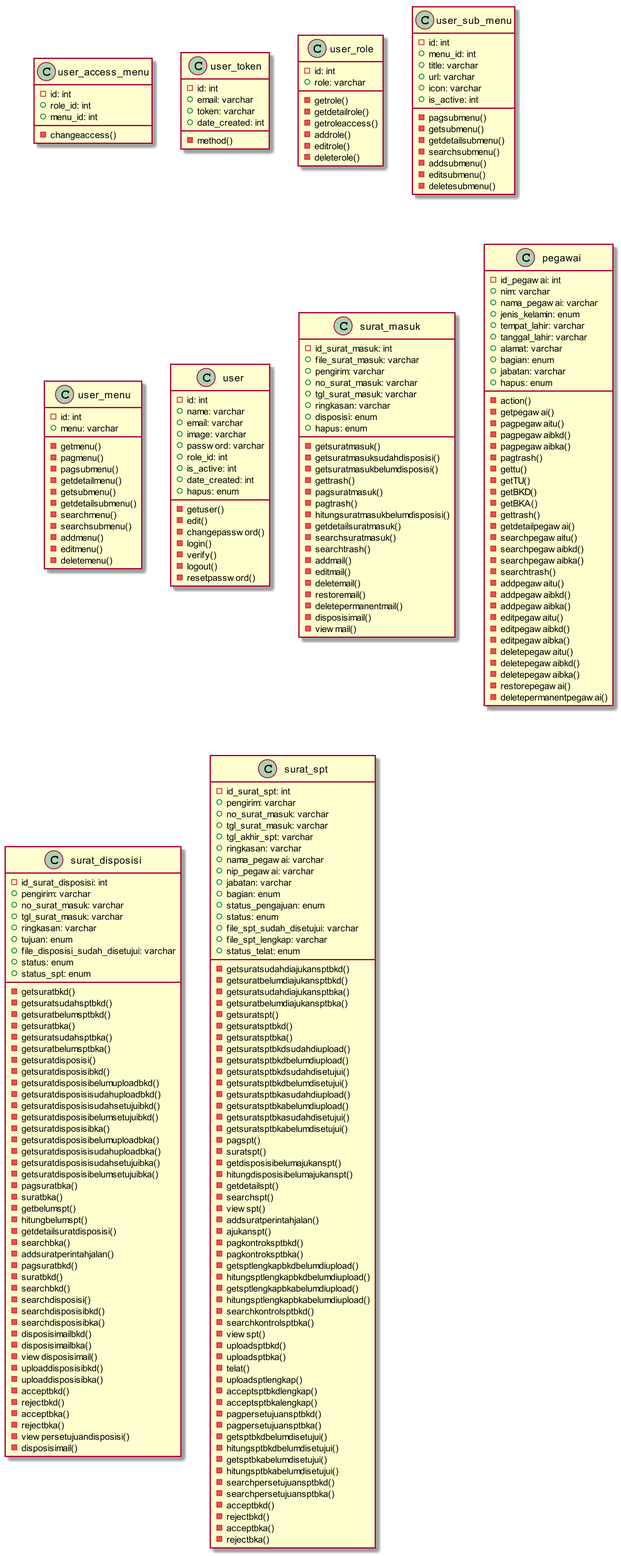
kurniado729/sistem_kp keeps this PlantUML diagram as SELAIN SISTEM/UML/Class Diagram/ClassDiagram/ClassDiagram.png. Above is the earlier version.
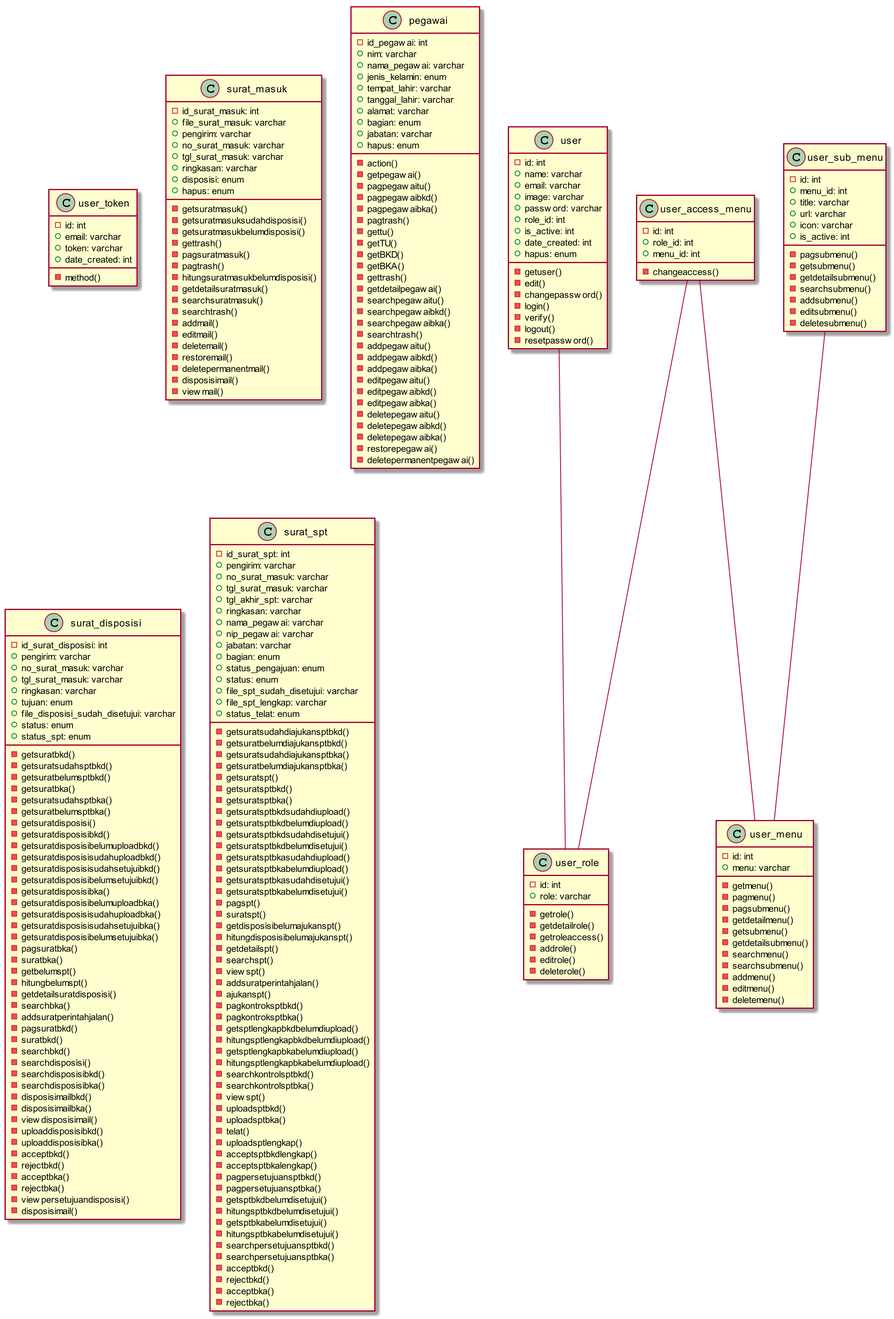
Above is the later version.

Change to the diagram source:
```diff
@@ -271,5 +271,9 @@
 
 }
 
+user -- user_role
+user_access_menu -- user_role
+user_access_menu -- user_menu
+user_sub_menu -- user_menu
 
 @enduml
```
